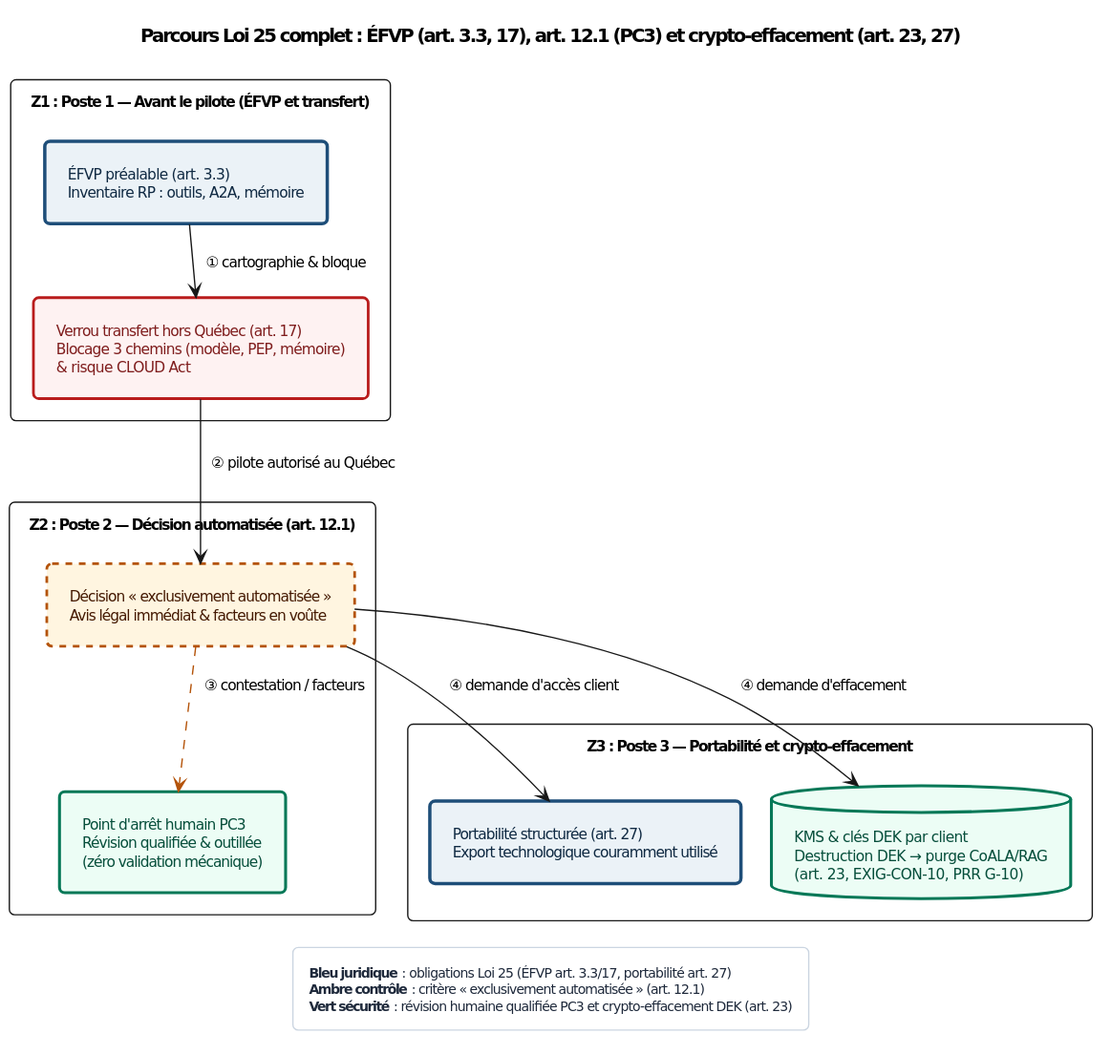
Before: Compendium/ouvrage/schemas/rendus/SCH-25-01.svg, a diagram exported from PlantUML (agbruneau/Agentique).
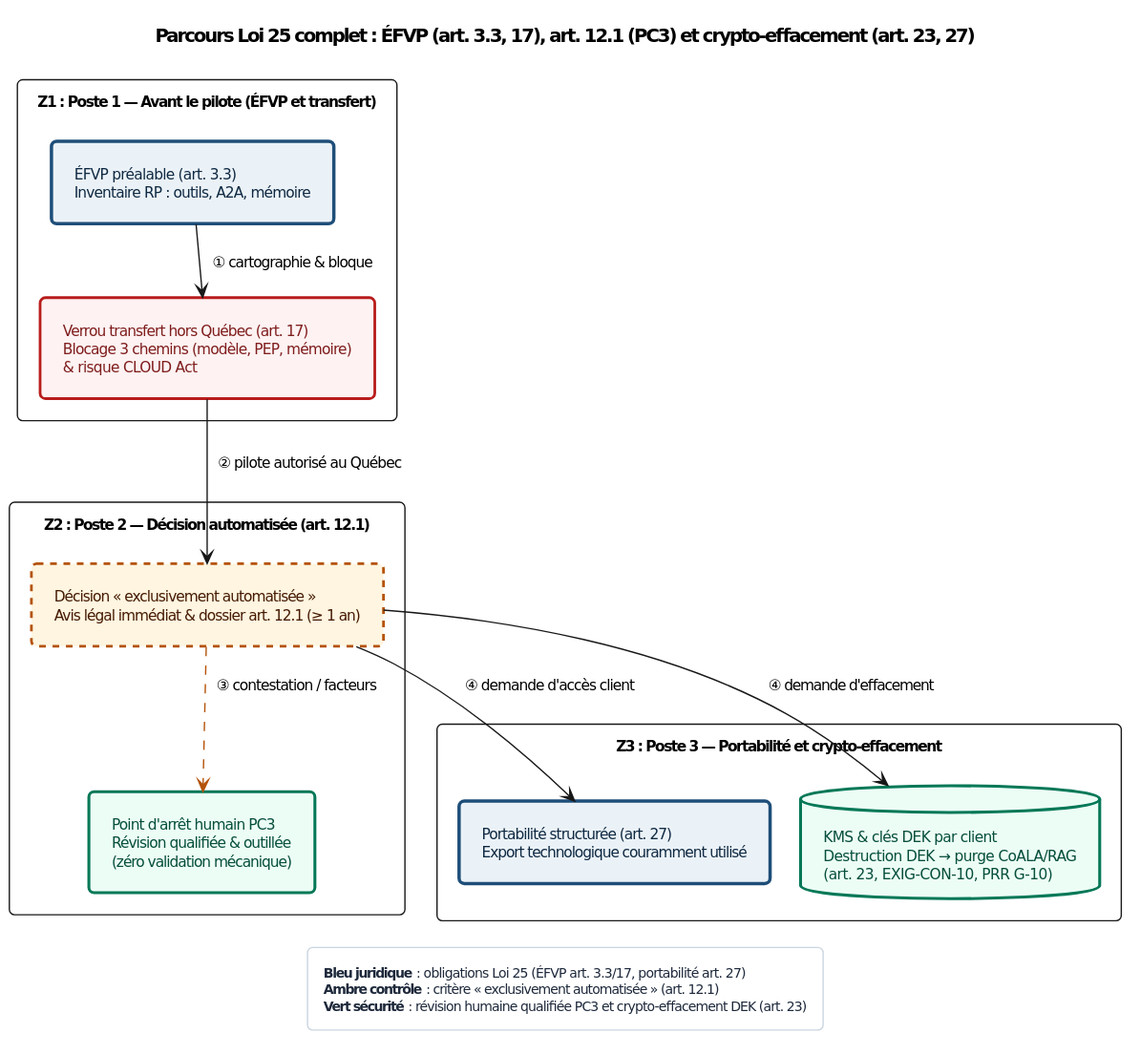
After the commit.

The edit, as a diff of the source:
```diff
@@ -64,7 +64,7 @@
   rectangle "Verrou transfert hors Québec (art. 17)\nBlocage 3 chemins (modèle, PEP, mémoire)\n& risque CLOUD Act" as XFER <<danger>>
 }
 package "Z2 : Poste 2 — Décision automatisée (art. 12.1)" {
-  rectangle "Décision « exclusivement automatisée »\nAvis légal immédiat & facteurs en voûte" as ART12 <<prob>>
+  rectangle "Décision « exclusivement automatisée »\nAvis légal immédiat & dossier art. 12.1 (≥ 1 an)" as ART12 <<prob>>
   rectangle "Point d'arrêt humain PC3\nRévision qualifiée & outillée\n(zéro validation mécanique)" as PC3 <<ok>>
 }
 package "Z3 : Poste 3 — Portabilité et crypto-effacement" {
```
